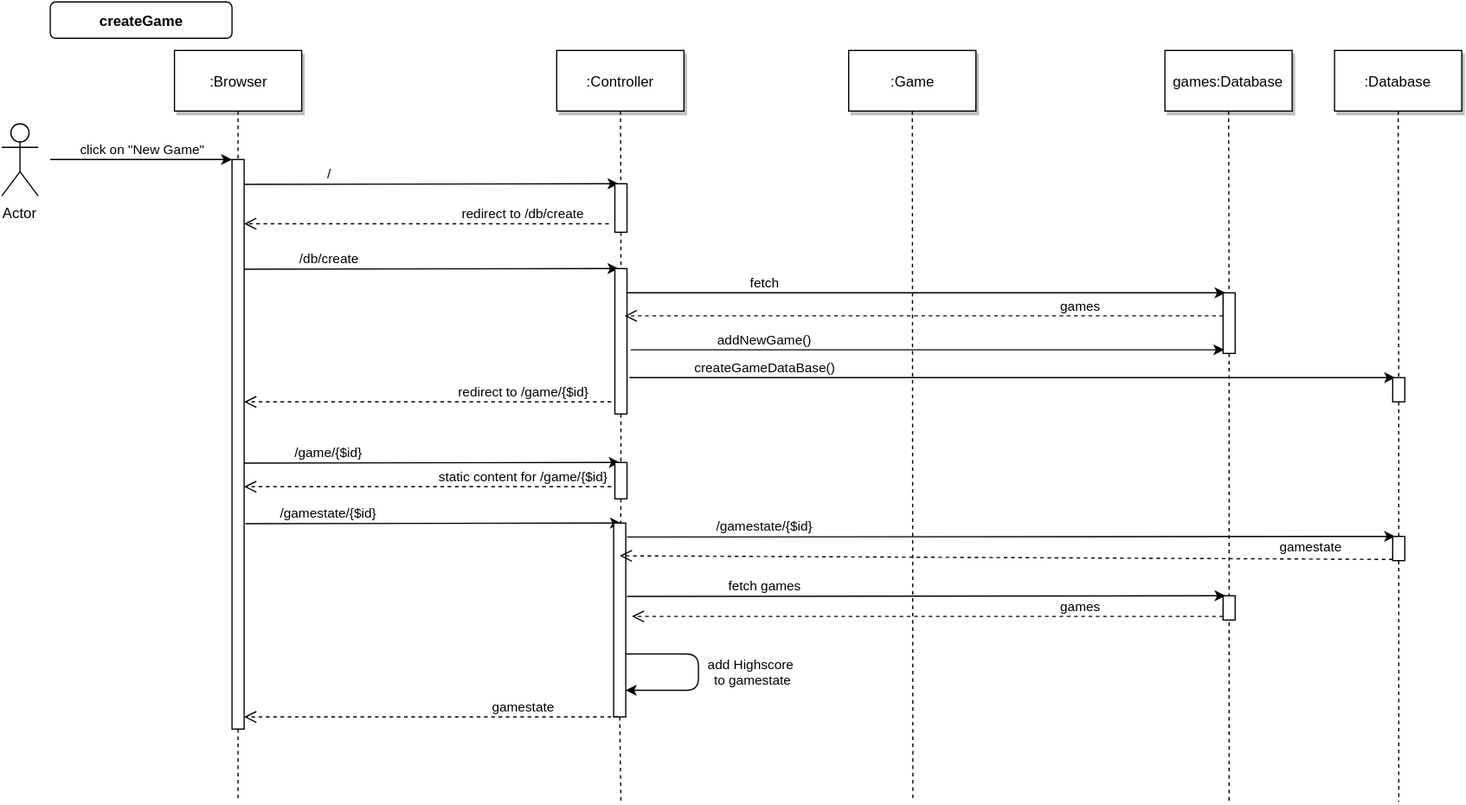
This is final_assignment/Diagrams/Sequence_createGame..svg from Neanksl/XML2016, a draw.io export, as it was before one commit. Source tidied: cells renumbered, new cells last; positions are measured from the earlier drawing's top-left corner, leaving out a move shared by most shapes.
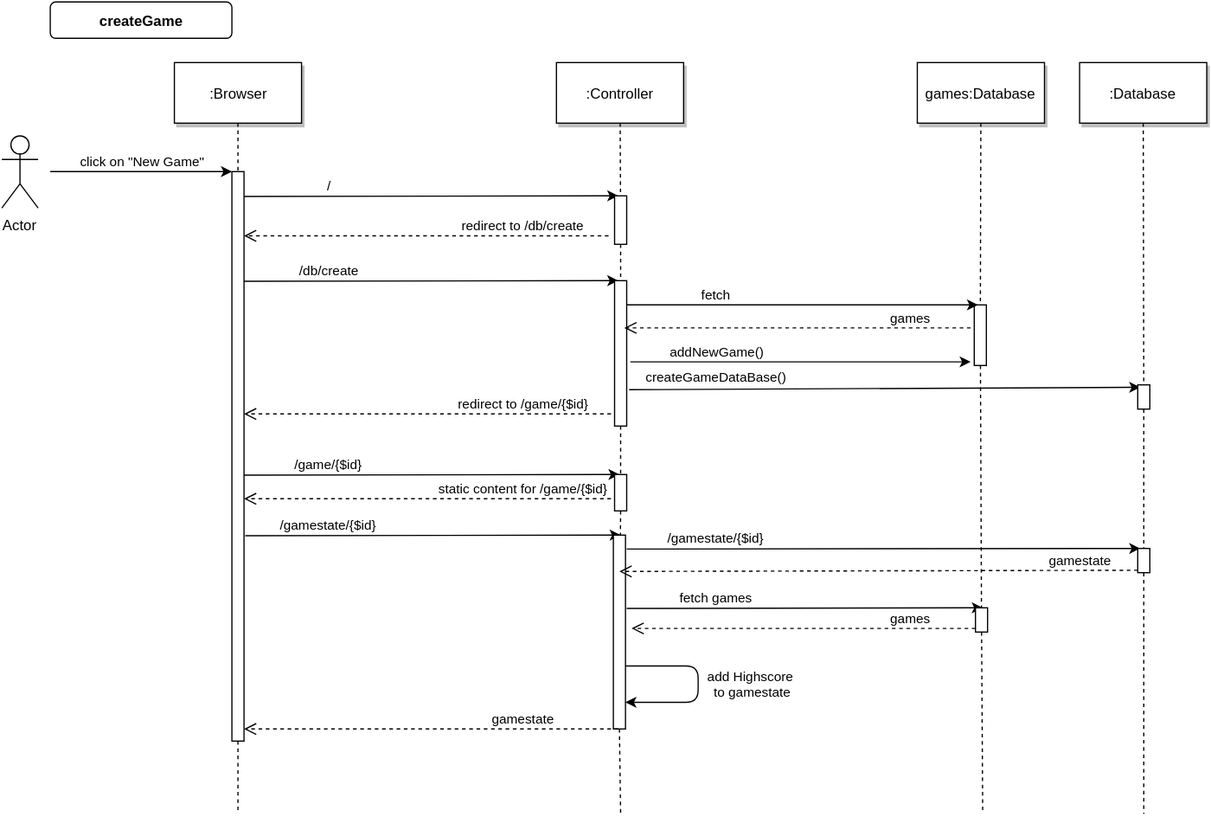
After the commit.

Commit message:
removed useless object from sequence diagram

Diff of the diagram source:
```diff
@@ -15,9 +15,6 @@
     <mxCell id="4" value=":Browser" style="shadow=1;fillColor=#FFFFFF;strokeColor=#000000;html=1;" parent="1" vertex="1">
       <mxGeometry x="142.5" y="40" width="105" height="50" as="geometry" />
     </mxCell>
-    <mxCell id="5" value=":Game" style="shadow=1;fillColor=#FFFFFF;strokeColor=#000000;html=1;" parent="1" vertex="1">
-      <mxGeometry x="699" y="40" width="105" height="50" as="geometry" />
-    </mxCell>
     <mxCell id="6" value="/" style="edgeStyle=none;verticalLabelPosition=top;verticalAlign=bottom;html=1;entryX=0.25;entryY=0;" parent="1" edge="1" target="14">
       <mxGeometry as="geometry">
         <mxPoint x="200" y="150.5" as="sourcePoint" />
@@ -30,17 +27,17 @@
       </mxGeometry>
     </mxCell>
     <mxCell id="8" value="createGame" style="rounded=1;fontStyle=1;fillColor=#FFFFFF;strokeColor=#000000;html=1;" parent="1" vertex="1">
-      <mxGeometry x="40" width="150" height="30" as="geometry" />
+      <mxGeometry x="40" y="-10" width="150" height="30" as="geometry" />
     </mxCell>
     <mxCell id="9" value="Actor" style="shape=umlActor;verticalLabelPosition=bottom;labelBackgroundColor=#ffffff;verticalAlign=top;html=1;" parent="1" vertex="1">
       <mxGeometry y="100" width="30" height="60" as="geometry" />
     </mxCell>
     <mxCell id="10" value="games:Database" style="shadow=1;fillColor=#FFFFFF;strokeColor=#000000;html=1;" parent="1" vertex="1">
-      <mxGeometry x="960" y="40" width="105" height="50" as="geometry" />
+      <mxGeometry x="756" y="40" width="105" height="50" as="geometry" />
     </mxCell>
-    <mxCell id="11" style="edgeStyle=none;endArrow=none;dashed=1;html=1;" parent="1" edge="1" source="17">
-      <mxGeometry x="822.3" y="165" as="geometry">
-        <mxPoint x="1013" y="660" as="targetPoint" />
+    <mxCell id="11" style="edgeStyle=none;endArrow=none;dashed=1;html=1;" parent="1" edge="1" source="45">
+      <mxGeometry x="612.3" y="165" as="geometry">
+        <mxPoint x="810" y="660" as="targetPoint" />
       </mxGeometry>
     </mxCell>
     <mxCell id="12" value=":Controller" style="shadow=1;fillColor=#FFFFFF;strokeColor=#000000;html=1;" parent="1" vertex="1">
@@ -57,16 +54,11 @@
     <mxCell id="15" style="edgeStyle=none;endArrow=none;dashed=1;html=1;" parent="1" edge="1" source="12" target="14">
       <mxGeometry x="320.3" y="165" as="geometry" />
     </mxCell>
-    <mxCell id="16" style="edgeStyle=none;endArrow=none;dashed=1;html=1;" parent="1" edge="1" source="5">
-      <mxGeometry x="561.3" y="165" as="geometry">
-        <mxPoint x="752" y="660" as="targetPoint" />
-      </mxGeometry>
-    </mxCell>
     <mxCell id="17" style="fillColor=#FFFFFF;strokeColor=#000000;html=1;" parent="1" vertex="1">
-      <mxGeometry x="1008" y="240" width="10" height="50" as="geometry" />
+      <mxGeometry x="803" y="240" width="10" height="50" as="geometry" />
     </mxCell>
     <mxCell id="18" style="edgeStyle=none;endArrow=none;dashed=1;html=1;" parent="1" edge="1" source="10" target="17">
-      <mxGeometry x="822.3" y="165" as="geometry" />
+      <mxGeometry x="612.3" y="165" as="geometry" />
     </mxCell>
     <mxCell id="19" style="edgeStyle=elbowEdgeStyle;elbow=horizontal;endArrow=none;dashed=1;html=1;exitX=0.5;exitY=1;" parent="1" edge="1" source="2">
       <mxGeometry x="230" y="720" as="geometry">
@@ -104,46 +96,45 @@
       <mxGeometry x="320.3" y="165" as="geometry" />
     </mxCell>
     <mxCell id="25" value=":Database" style="shadow=1;fillColor=#FFFFFF;strokeColor=#000000;html=1;" parent="1" vertex="1">
-      <mxGeometry x="1100" y="40" width="105" height="50" as="geometry" />
+      <mxGeometry x="890" y="40" width="105" height="50" as="geometry" />
     </mxCell>
     <mxCell id="26" style="edgeStyle=none;endArrow=none;dashed=1;html=1;" parent="1" edge="1" source="41">
-      <mxGeometry x="962.3" y="165" as="geometry">
-        <mxPoint x="1153" y="660" as="targetPoint" />
+      <mxGeometry x="752.3" y="165" as="geometry">
+        <mxPoint x="943" y="660" as="targetPoint" />
       </mxGeometry>
     </mxCell>
-    <mxCell id="27" value="fetch" style="edgeStyle=none;verticalLabelPosition=top;verticalAlign=bottom;html=1;" parent="1" edge="1">
+    <mxCell id="27" value="fetch" style="edgeStyle=none;verticalLabelPosition=top;verticalAlign=bottom;html=1;entryX=0.25;entryY=0;" parent="1" edge="1" target="17">
       <mxGeometry as="geometry">
         <mxPoint x="516" y="240" as="sourcePoint" />
-        <mxPoint x="1010" y="240" as="targetPoint" />
-        <mxPoint x="-133" as="offset" />
+        <mxPoint x="-71" as="offset" />
       </mxGeometry>
     </mxCell>
     <mxCell id="28" value="games" style="html=1;verticalAlign=bottom;endArrow=open;dashed=1;endSize=8;" parent="1" edge="1">
       <mxGeometry as="geometry">
-        <mxPoint x="1008" y="259" as="sourcePoint" />
+        <mxPoint x="800" y="259" as="sourcePoint" />
         <mxPoint x="514" y="259" as="targetPoint" />
-        <mxPoint x="129" as="offset" />
+        <mxPoint x="93" as="offset" />
       </mxGeometry>
     </mxCell>
     <mxCell id="29" value="addNewGame()" style="edgeStyle=none;verticalLabelPosition=top;verticalAlign=bottom;html=1;" parent="1" edge="1">
       <mxGeometry as="geometry">
         <mxPoint x="519" y="287" as="sourcePoint" />
-        <mxPoint x="1009" y="287" as="targetPoint" />
-        <mxPoint x="-134" as="offset" />
+        <mxPoint x="800" y="287" as="targetPoint" />
+        <mxPoint x="-69" as="offset" />
       </mxGeometry>
     </mxCell>
     <mxCell id="30" value="createGameDataBase()" style="edgeStyle=none;verticalLabelPosition=top;verticalAlign=bottom;html=1;" parent="1" edge="1">
       <mxGeometry as="geometry">
         <mxPoint x="518" y="310" as="sourcePoint" />
-        <mxPoint x="1150" y="310" as="targetPoint" />
-        <mxPoint x="-204" as="offset" />
+        <mxPoint x="940" y="308" as="targetPoint" />
+        <mxPoint x="-139" y="-1" as="offset" />
       </mxGeometry>
     </mxCell>
     <mxCell id="31" style="fillColor=#FFFFFF;strokeColor=#000000;html=1;" parent="1" vertex="1">
-      <mxGeometry x="1148" y="310" width="10" height="20" as="geometry" />
+      <mxGeometry x="938" y="306" width="10" height="20" as="geometry" />
     </mxCell>
     <mxCell id="32" style="edgeStyle=none;endArrow=none;dashed=1;html=1;" parent="1" edge="1" source="25" target="31">
-      <mxGeometry x="962.3" y="165" as="geometry" />
+      <mxGeometry x="752.3" y="165" as="geometry" />
     </mxCell>
     <mxCell id="33" value="/game/{$id}" style="edgeStyle=none;verticalLabelPosition=top;verticalAlign=bottom;html=1;" parent="1" edge="1">
       <mxGeometry as="geometry">
@@ -183,38 +174,35 @@
     <mxCell id="40" value="/gamestate/{$id}" style="edgeStyle=none;verticalLabelPosition=top;verticalAlign=bottom;html=1;" parent="1" edge="1">
       <mxGeometry as="geometry">
         <mxPoint x="516" y="441.5" as="sourcePoint" />
-        <mxPoint x="1150" y="441" as="targetPoint" />
-        <mxPoint x="-203" as="offset" />
+        <mxPoint x="940" y="441" as="targetPoint" />
+        <mxPoint x="-138" as="offset" />
       </mxGeometry>
     </mxCell>
     <mxCell id="41" style="fillColor=#FFFFFF;strokeColor=#000000;html=1;" parent="1" vertex="1">
-      <mxGeometry x="1148" y="441" width="10" height="20" as="geometry" />
+      <mxGeometry x="938" y="441" width="10" height="20" as="geometry" />
     </mxCell>
     <mxCell id="42" style="edgeStyle=none;endArrow=none;dashed=1;html=1;" parent="1" edge="1" source="31" target="41">
-      <mxGeometry x="962.3" y="165" as="geometry" />
+      <mxGeometry x="752.3" y="165" as="geometry" />
     </mxCell>
-    <mxCell id="43" value="gamestate" style="html=1;verticalAlign=bottom;endArrow=open;dashed=1;endSize=8;" parent="1" edge="1">
+    <mxCell id="43" value="gamestate" style="html=1;verticalAlign=middle;endArrow=open;dashed=1;endSize=8;exitX=0;exitY=0.75;" parent="1" edge="1">
       <mxGeometry as="geometry">
-        <mxPoint x="1148" y="460" as="sourcePoint" />
-        <mxPoint x="510" y="457" as="targetPoint" />
-        <mxPoint x="251" y="-1" as="offset" />
+        <mxPoint x="938" y="459" as="sourcePoint" />
+        <mxPoint x="510" y="460" as="targetPoint" />
+        <mxPoint x="166" y="-9" as="offset" />
       </mxGeometry>
     </mxCell>
     <mxCell id="44" value="fetch games" style="edgeStyle=none;verticalLabelPosition=top;verticalAlign=bottom;html=1;" parent="1" edge="1">
       <mxGeometry as="geometry">
         <mxPoint x="516" y="490.5" as="sourcePoint" />
-        <mxPoint x="1010" y="490" as="targetPoint" />
-        <mxPoint x="-133" as="offset" />
+        <mxPoint x="810" y="490" as="targetPoint" />
+        <mxPoint x="-73" as="offset" />
       </mxGeometry>
     </mxCell>
-    <mxCell id="45" style="fillColor=#FFFFFF;strokeColor=#000000;html=1;" parent="1" vertex="1">
-      <mxGeometry x="1008" y="490" width="10" height="20" as="geometry" />
-    </mxCell>
     <mxCell id="46" value="games" style="html=1;verticalAlign=bottom;endArrow=open;dashed=1;endSize=8;" parent="1" edge="1">
       <mxGeometry as="geometry">
-        <mxPoint x="1008" y="507" as="sourcePoint" />
+        <mxPoint x="810" y="507" as="sourcePoint" />
         <mxPoint x="520" y="507" as="targetPoint" />
-        <mxPoint x="126" as="offset" />
+        <mxPoint x="85" as="offset" />
       </mxGeometry>
     </mxCell>
     <mxCell id="47" value="add Highscore&amp;nbsp;&lt;div&gt;to gamestate&lt;/div&gt;" style="edgeStyle=none;verticalLabelPosition=top;verticalAlign=bottom;html=1;" parent="1" edge="1">
@@ -235,5 +223,11 @@
         <mxPoint x="76" as="offset" />
       </mxGeometry>
     </mxCell>
+    <mxCell id="45" style="fillColor=#FFFFFF;strokeColor=#000000;html=1;" parent="1" vertex="1">
+      <mxGeometry x="804" y="490" width="10" height="20" as="geometry" />
+    </mxCell>
+    <mxCell id="49" style="edgeStyle=none;endArrow=none;dashed=1;html=1;" parent="1" edge="1" source="17" target="45">
+      <mxGeometry x="612.3" y="165" as="geometry" />
+    </mxCell>
   </root>
 </mxGraphModel>
```
